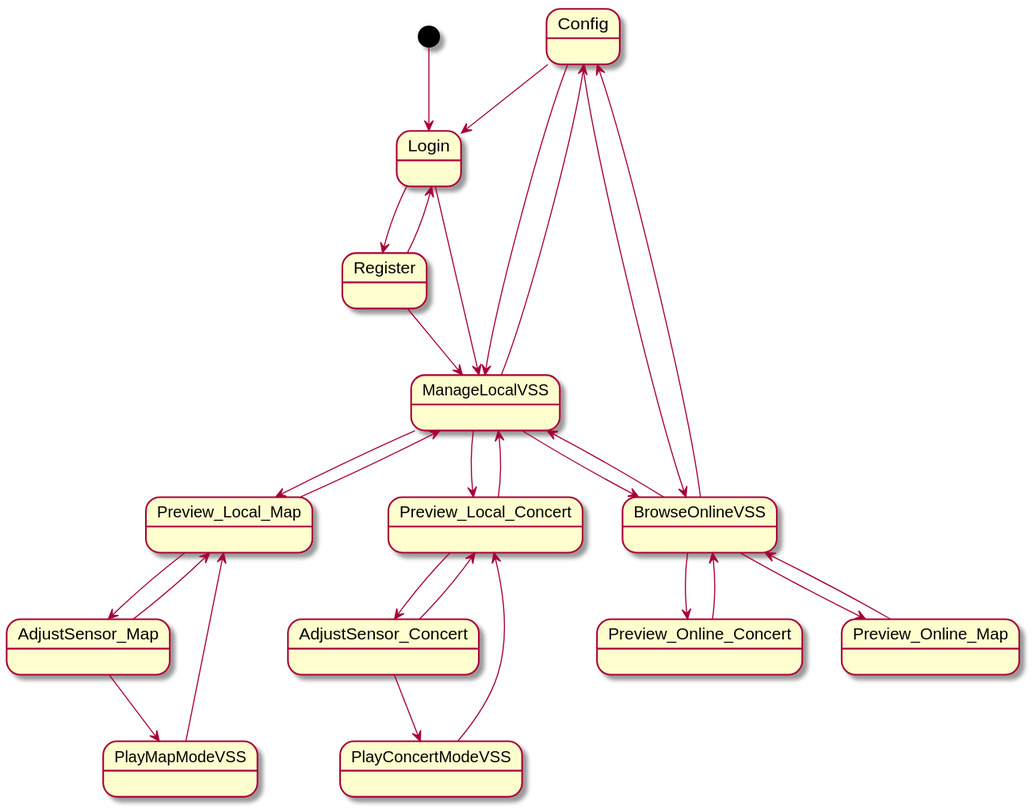
Above: 需求定义和分析/软件需求规约_001.svg in kpp19920121/doc (PlantUML), before the change. The source it was exported from:
```plantuml
@startuml
Config --> Login

[*] --> Login
Login --> Register
Register --> Login
Register --> ManageLocalVSS
Login --> ManageLocalVSS
ManageLocalVSS --> Preview_Local_Map
ManageLocalVSS --> Preview_Local_Concert
Preview_Local_Map --> ManageLocalVSS
Preview_Local_Concert --> ManageLocalVSS
Preview_Local_Map --> AdjustSensor_Map
Preview_Local_Concert --> AdjustSensor_Concert
AdjustSensor_Map --> Preview_Local_Map
AdjustSensor_Concert --> Preview_Local_Concert
AdjustSensor_Map --> PlayMapModeVSS
AdjustSensor_Concert --> PlayConcertModeVSS
PlayMapModeVSS --> Preview_Local_Map
PlayConcertModeVSS --> Preview_Local_Concert
ManageLocalVSS --> BrowseOnlineVSS
BrowseOnlineVSS --> ManageLocalVSS
BrowseOnlineVSS --> Config
Config --> BrowseOnlineVSS
ManageLocalVSS --> Config
Config --> ManageLocalVSS
BrowseOnlineVSS --> Preview_Online_Concert
Preview_Online_Concert --> BrowseOnlineVSS
BrowseOnlineVSS --> Preview_Online_Map
Preview_Online_Map --> BrowseOnlineVSS



@enduml
```
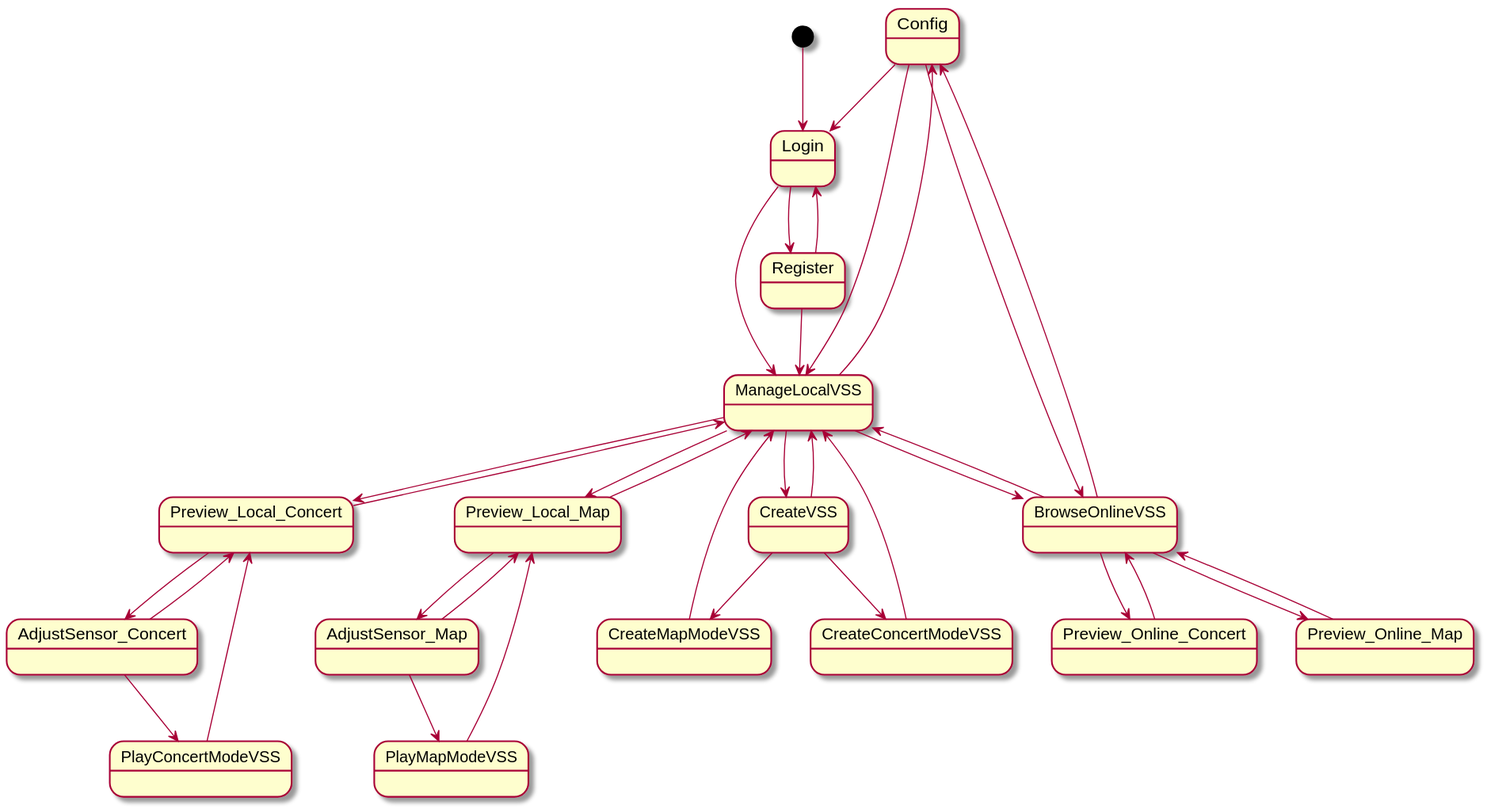
After the change.

The edit, as a diff of the source:
```diff
@@ -28,7 +28,12 @@
 Preview_Online_Concert --> BrowseOnlineVSS
 BrowseOnlineVSS --> Preview_Online_Map
 Preview_Online_Map --> BrowseOnlineVSS
-
+ManageLocalVSS --> CreateVSS
+CreateVSS --> ManageLocalVSS
+CreateVSS --> CreateMapModeVSS
+CreateMapModeVSS --> ManageLocalVSS
+CreateVSS --> CreateConcertModeVSS
+CreateConcertModeVSS --> ManageLocalVSS
 
 
 @enduml
```
